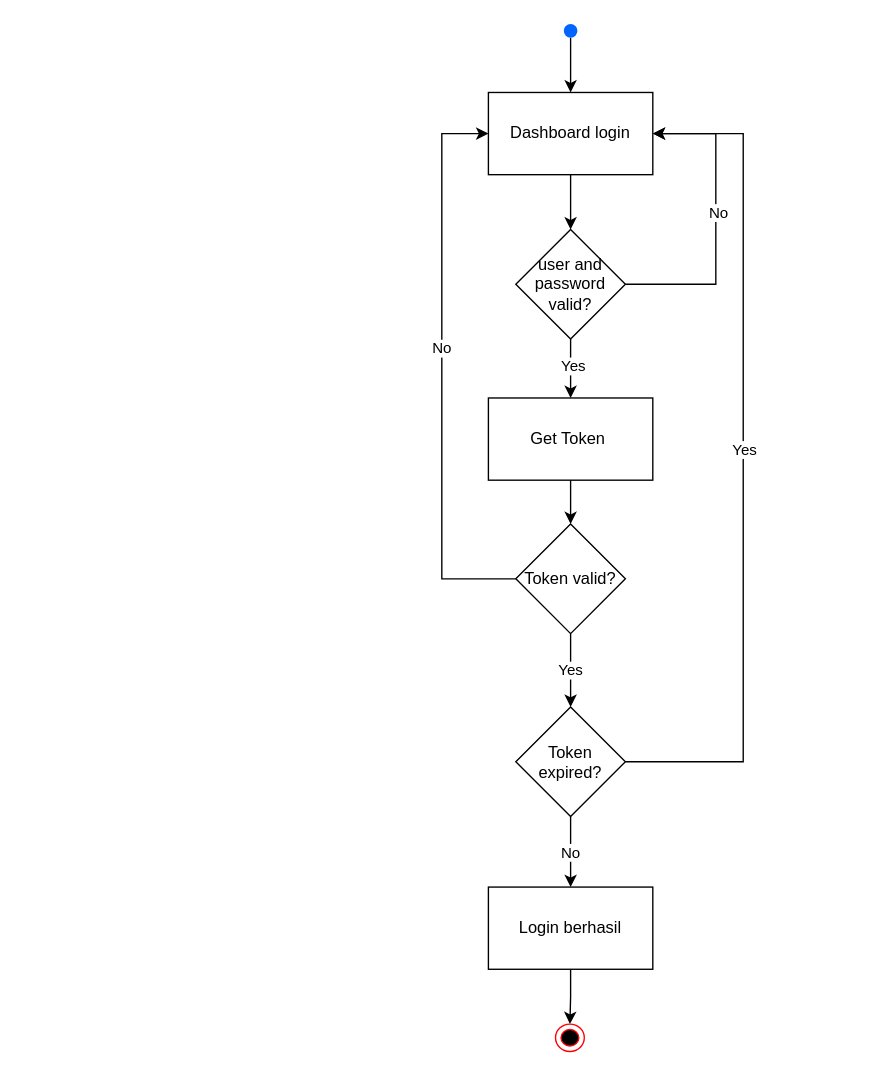
This is page "Login" (1 of 4) of activityDiagram.drawio from dzikfr/aplikasi-absensi-baharkam-2024, a draw.io file, before an edit. Source tidied: cells renumbered, new cells numbered last; positions are measured from the earlier drawing's top-left corner, leaving out a move shared by most shapes. Both pictures are drawn from the tidied source at 137%, with x=0, y=0 at pixel (441, 23).
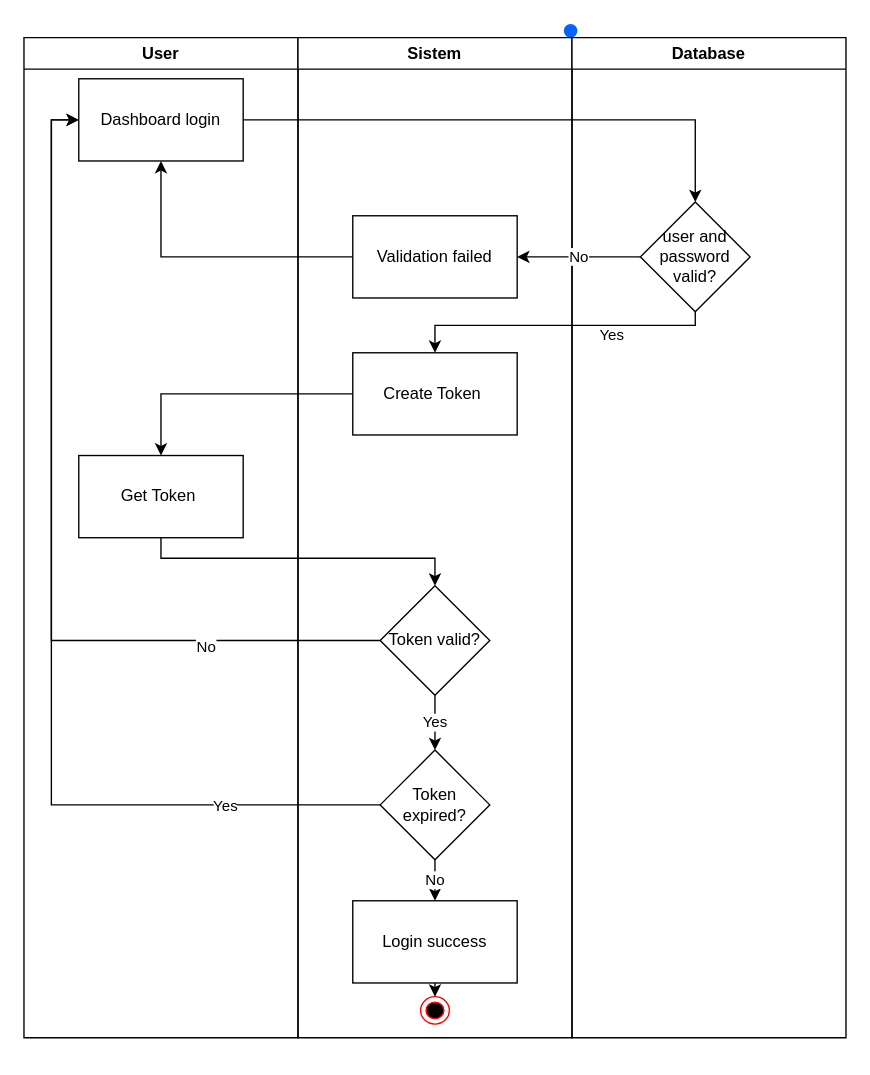
After the change.

The change refers to these unchanged cells:
```xml
<mxCell id="3" style="shape=ellipse;fillColor=#0065FF;strokeColor=none;html=1;sketch=0;" parent="1" vertex="1">
  <mxGeometry x="89" width="10" height="10" as="geometry" />
</mxCell>
```

The edit, as a diff of the source:
```diff
@@
-    <mxCell id="2" style="rounded=0;jettySize=auto;html=1;exitX=0.5;exitY=1;exitDx=0;exitDy=0;entryX=0.5;entryY=0;entryDx=0;entryDy=0;" parent="1" edge="1" source="3" target="20">
-      <mxGeometry relative="1" as="geometry" />
+    <mxCell id="2" style="rounded=0;jettySize=auto;html=1;entryX=0.5;entryY=0;entryDx=0;entryDy=0;" parent="1" edge="1" target="20">
+      <mxGeometry relative="1" as="geometry">
+        <mxPoint x="-205" y="80" as="sourcePoint" />
+      </mxGeometry>
     </mxCell>
@@
     <mxCell id="4" style="edgeStyle=orthogonalEdgeStyle;rounded=0;jettySize=auto;html=1;exitX=0.5;exitY=1;exitDx=0;exitDy=0;entryX=0.5;entryY=0;entryDx=0;entryDy=0;" parent="1" edge="1" source="8" target="14">
-      <mxGeometry relative="1" as="geometry" />
+      <mxGeometry relative="1" as="geometry">
+        <Array as="points">
+          <mxPoint x="185" y="220" />
+          <mxPoint x="-5" y="220" />
+        </Array>
+      </mxGeometry>
     </mxCell>
@@
-    <mxCell id="6" style="edgeStyle=orthogonalEdgeStyle;rounded=0;jettySize=auto;html=1;exitX=1;exitY=0.5;exitDx=0;exitDy=0;entryX=1;entryY=0.5;entryDx=0;entryDy=0;" parent="1" edge="1" source="8" target="20">
-      <mxGeometry relative="1" as="geometry">
-        <Array as="points">
-          <mxPoint x="200" y="190" />
-          <mxPoint x="200" y="80" />
-        </Array>
-      </mxGeometry>
-    </mxCell>
-    <mxCell id="7" value="No" style="edgeLabel;html=1;align=center;verticalAlign=middle;" parent="6" vertex="1">
-      <mxGeometry x="0.07" y="-1" relative="1" as="geometry" />
-    </mxCell>
+    <mxCell id="24" value="User" style="swimlane;whiteSpace=wrap;html=1;" parent="1" vertex="1">
+      <mxGeometry x="-305" y="10" width="200" height="730" as="geometry" />
+    </mxCell>
+    <mxCell id="20" value="Dashboard login" style="rounded=0;whiteSpace=wrap;html=1;" parent="24" vertex="1">
+      <mxGeometry x="40" y="30" width="120" height="60" as="geometry" />
+    </mxCell>
+    <mxCell id="25" value="Get Token&amp;nbsp;" style="rounded=0;whiteSpace=wrap;html=1;" parent="24" vertex="1">
+      <mxGeometry x="40" y="305" width="120" height="60" as="geometry" />
+    </mxCell>
+    <mxCell id="26" value="Sistem" style="swimlane;whiteSpace=wrap;html=1;startSize=23;" parent="1" vertex="1">
+      <mxGeometry x="-105" y="10" width="200" height="730" as="geometry" />
+    </mxCell>
+    <mxCell id="14" value="Create Token&amp;nbsp;" style="rounded=0;whiteSpace=wrap;html=1;" parent="26" vertex="1">
+      <mxGeometry x="40" y="230" width="120" height="60" as="geometry" />
+    </mxCell>
+    <mxCell id="27" value="Validation failed" style="rounded=0;whiteSpace=wrap;html=1;" parent="26" vertex="1">
+      <mxGeometry x="40" y="130" width="120" height="60" as="geometry" />
+    </mxCell>
+    <mxCell id="12" value="Token valid?" style="rhombus;whiteSpace=wrap;html=1;" parent="26" vertex="1">
+      <mxGeometry x="60" y="400" width="80" height="80" as="geometry" />
+    </mxCell>
+    <mxCell id="18" value="Token expired?" style="rhombus;whiteSpace=wrap;html=1;" parent="26" vertex="1">
+      <mxGeometry x="60" y="520" width="80" height="80" as="geometry" />
+    </mxCell>
+    <mxCell id="9" value="Yes" style="edgeStyle=orthogonalEdgeStyle;rounded=0;jettySize=auto;html=1;exitX=0.5;exitY=1;exitDx=0;exitDy=0;entryX=0.5;entryY=0;entryDx=0;entryDy=0;" parent="26" edge="1" source="12" target="18">
+      <mxGeometry relative="1" as="geometry" />
+    </mxCell>
+    <mxCell id="22" value="Login success" style="rounded=0;whiteSpace=wrap;html=1;" parent="26" vertex="1">
+      <mxGeometry x="40" y="630" width="120" height="60" as="geometry" />
+    </mxCell>
+    <mxCell id="15" value="No" style="edgeStyle=orthogonalEdgeStyle;rounded=0;jettySize=auto;html=1;exitX=0.5;exitY=1;exitDx=0;exitDy=0;entryX=0.5;entryY=0;entryDx=0;entryDy=0;" parent="26" edge="1" source="18" target="22">
+      <mxGeometry relative="1" as="geometry" />
+    </mxCell>
+    <mxCell id="23" style="ellipse;html=1;shape=endState;fillColor=#000000;strokeColor=#ff0000;" parent="26" vertex="1">
+      <mxGeometry x="89.5" y="700" width="21" height="20" as="geometry" />
+    </mxCell>
+    <mxCell id="21" style="edgeStyle=orthogonalEdgeStyle;rounded=0;jettySize=auto;html=1;exitX=0.5;exitY=1;exitDx=0;exitDy=0;entryX=0.5;entryY=0;entryDx=0;entryDy=0;" parent="26" edge="1" source="22" target="23">
+      <mxGeometry relative="1" as="geometry" />
+    </mxCell>
+    <mxCell id="28" value="Database" style="swimlane;whiteSpace=wrap;html=1;startSize=23;" parent="1" vertex="1">
+      <mxGeometry x="95" y="10" width="200" height="730" as="geometry" />
+    </mxCell>
-    <mxCell id="8" value="user and password valid?" style="rhombus;whiteSpace=wrap;html=1;" parent="1" vertex="1">
-      <mxGeometry x="54" y="150" width="80" height="80" as="geometry" />
+    <mxCell id="8" value="user and password valid?" style="rhombus;whiteSpace=wrap;html=1;" parent="28" vertex="1">
+      <mxGeometry x="50" y="120" width="80" height="80" as="geometry" />
     </mxCell>
-    <mxCell id="9" value="Yes" style="edgeStyle=orthogonalEdgeStyle;rounded=0;jettySize=auto;html=1;exitX=0.5;exitY=1;exitDx=0;exitDy=0;entryX=0.5;entryY=0;entryDx=0;entryDy=0;" parent="1" edge="1" source="12" target="18">
-      <mxGeometry relative="1" as="geometry" />
-    </mxCell>
+    <mxCell id="29" value="No" style="edgeStyle=orthogonalEdgeStyle;rounded=0;jettySize=auto;html=1;exitX=0;exitY=0.5;exitDx=0;exitDy=0;entryX=1;entryY=0.5;entryDx=0;entryDy=0;" parent="1" edge="1" source="8" target="27">
+      <mxGeometry relative="1" as="geometry" />
+    </mxCell>
+    <mxCell id="19" style="edgeStyle=orthogonalEdgeStyle;rounded=0;jettySize=auto;html=1;exitX=1;exitY=0.5;exitDx=0;exitDy=0;entryX=0.5;entryY=0;entryDx=0;entryDy=0;" parent="1" edge="1" source="20" target="8">
+      <mxGeometry relative="1" as="geometry" />
+    </mxCell>
+    <mxCell id="30" style="edgeStyle=orthogonalEdgeStyle;rounded=0;jettySize=auto;html=1;exitX=0;exitY=0.5;exitDx=0;exitDy=0;entryX=0.5;entryY=1;entryDx=0;entryDy=0;" parent="1" edge="1" source="27" target="20">
+      <mxGeometry relative="1" as="geometry" />
+    </mxCell>
+    <mxCell id="31" style="edgeStyle=orthogonalEdgeStyle;rounded=0;jettySize=auto;html=1;exitX=0;exitY=0.5;exitDx=0;exitDy=0;entryX=0.5;entryY=0;entryDx=0;entryDy=0;" parent="1" edge="1" source="14" target="25">
+      <mxGeometry relative="1" as="geometry" />
+    </mxCell>
+    <mxCell id="32" style="edgeStyle=orthogonalEdgeStyle;rounded=0;jettySize=auto;html=1;exitX=0.5;exitY=1;exitDx=0;exitDy=0;entryX=0.5;entryY=0;entryDx=0;entryDy=0;" parent="1" edge="1" source="25" target="12">
+      <mxGeometry relative="1" as="geometry">
+        <Array as="points">
+          <mxPoint x="-205" y="390" />
+          <mxPoint x="-5" y="390" />
+        </Array>
+      </mxGeometry>
+    </mxCell>
     <mxCell id="10" style="edgeStyle=orthogonalEdgeStyle;rounded=0;jettySize=auto;html=1;exitX=0;exitY=0.5;exitDx=0;exitDy=0;entryX=0;entryY=0.5;entryDx=0;entryDy=0;" parent="1" edge="1" source="12" target="20">
-      <mxGeometry relative="1" as="geometry">
-        <Array as="points">
-          <mxPoint y="405" />
-          <mxPoint y="80" />
-        </Array>
-      </mxGeometry>
+      <mxGeometry relative="1" as="geometry" />
     </mxCell>
-    <mxCell id="11" value="No" style="edgeLabel;html=1;align=center;verticalAlign=middle;" parent="10" vertex="1">
-      <mxGeometry x="0.08" y="1" relative="1" as="geometry" />
-    </mxCell>
-    <mxCell id="12" value="Token valid?" style="rhombus;whiteSpace=wrap;html=1;" parent="1" vertex="1">
-      <mxGeometry x="54" y="365" width="80" height="80" as="geometry" />
-    </mxCell>
-    <mxCell id="13" style="edgeStyle=orthogonalEdgeStyle;rounded=0;jettySize=auto;html=1;exitX=0.5;exitY=1;exitDx=0;exitDy=0;entryX=0.5;entryY=0;entryDx=0;entryDy=0;" parent="1" edge="1" source="14" target="12">
-      <mxGeometry relative="1" as="geometry" />
-    </mxCell>
-    <mxCell id="14" value="Get Token&amp;nbsp;" style="rounded=0;whiteSpace=wrap;html=1;" parent="1" vertex="1">
-      <mxGeometry x="34" y="273" width="120" height="60" as="geometry" />
-    </mxCell>
-    <mxCell id="15" value="No" style="edgeStyle=orthogonalEdgeStyle;rounded=0;jettySize=auto;html=1;exitX=0.5;exitY=1;exitDx=0;exitDy=0;entryX=0.5;entryY=0;entryDx=0;entryDy=0;" parent="1" edge="1" source="18" target="22">
-      <mxGeometry relative="1" as="geometry" />
-    </mxCell>
+    <mxCell id="33" value="No" style="edgeLabel;html=1;align=center;verticalAlign=middle;" parent="10" vertex="1">
+      <mxGeometry x="-0.6" y="4" relative="1" as="geometry" />
+    </mxCell>
-    <mxCell id="16" style="edgeStyle=orthogonalEdgeStyle;rounded=0;jettySize=auto;html=1;exitX=1;exitY=0.5;exitDx=0;exitDy=0;entryX=1;entryY=0.5;entryDx=0;entryDy=0;" parent="1" edge="1" source="18" target="20">
-      <mxGeometry relative="1" as="geometry">
-        <Array as="points">
-          <mxPoint x="220" y="539" />
-          <mxPoint x="220" y="80" />
-        </Array>
-      </mxGeometry>
+    <mxCell id="16" style="edgeStyle=orthogonalEdgeStyle;rounded=0;jettySize=auto;html=1;exitX=0;exitY=0.5;exitDx=0;exitDy=0;entryX=0;entryY=0.5;entryDx=0;entryDy=0;" parent="1" edge="1" source="18" target="20">
+      <mxGeometry relative="1" as="geometry" />
     </mxCell>
     <mxCell id="17" value="Yes" style="edgeLabel;html=1;align=center;verticalAlign=middle;" parent="16" vertex="1">
-      <mxGeometry x="0.03" relative="1" as="geometry" />
+      <mxGeometry x="-0.7" relative="1" as="geometry" />
     </mxCell>
-    <mxCell id="18" value="Token expired?" style="rhombus;whiteSpace=wrap;html=1;" parent="1" vertex="1">
-      <mxGeometry x="54" y="498.5" width="80" height="80" as="geometry" />
-    </mxCell>
-    <mxCell id="19" style="edgeStyle=orthogonalEdgeStyle;rounded=0;jettySize=auto;html=1;exitX=0.5;exitY=1;exitDx=0;exitDy=0;entryX=0.5;entryY=0;entryDx=0;entryDy=0;" parent="1" edge="1" source="20" target="8">
-      <mxGeometry relative="1" as="geometry" />
-    </mxCell>
-    <mxCell id="20" value="Dashboard login" style="rounded=0;whiteSpace=wrap;html=1;" parent="1" vertex="1">
-      <mxGeometry x="34" y="50" width="120" height="60" as="geometry" />
-    </mxCell>
-    <mxCell id="21" style="edgeStyle=orthogonalEdgeStyle;rounded=0;jettySize=auto;html=1;exitX=0.5;exitY=1;exitDx=0;exitDy=0;entryX=0.5;entryY=0;entryDx=0;entryDy=0;" parent="1" edge="1" source="22" target="23">
-      <mxGeometry relative="1" as="geometry" />
-    </mxCell>
-    <mxCell id="22" value="Login berhasil" style="rounded=0;whiteSpace=wrap;html=1;" parent="1" vertex="1">
-      <mxGeometry x="34" y="630" width="120" height="60" as="geometry" />
-    </mxCell>
-    <mxCell id="23" style="ellipse;html=1;shape=endState;fillColor=#000000;strokeColor=#ff0000;" parent="1" vertex="1">
-      <mxGeometry x="83" y="730" width="21" height="20" as="geometry" />
-    </mxCell>
```
